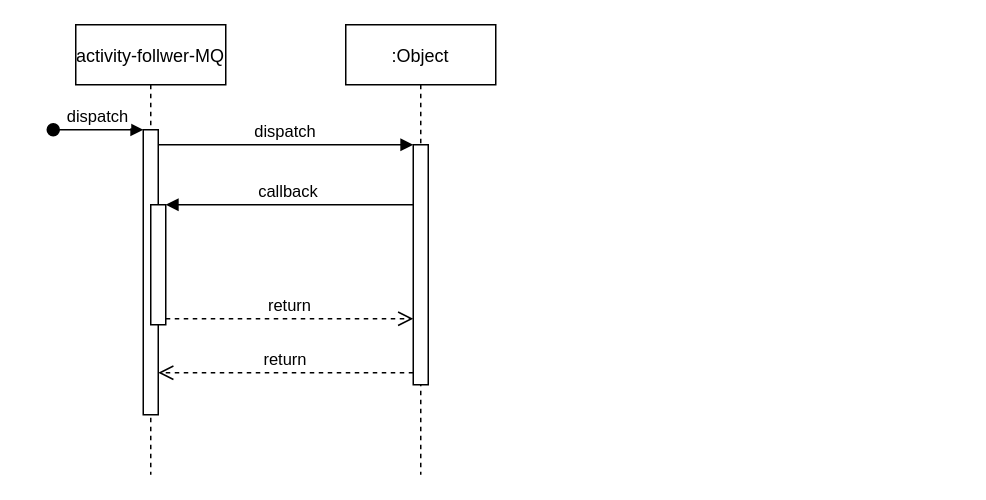
Luffybaga/draw keeps this draw.io diagram as Listener.drawio. Above is the earlier version. Source tidied: cells renumbered, new cells numbered last; positions are measured from the earlier drawing's top-left corner, leaving out a move shared by most shapes. Both pictures are drawn from the tidied source at 150%, with x=0, y=0 at pixel (52, 24).
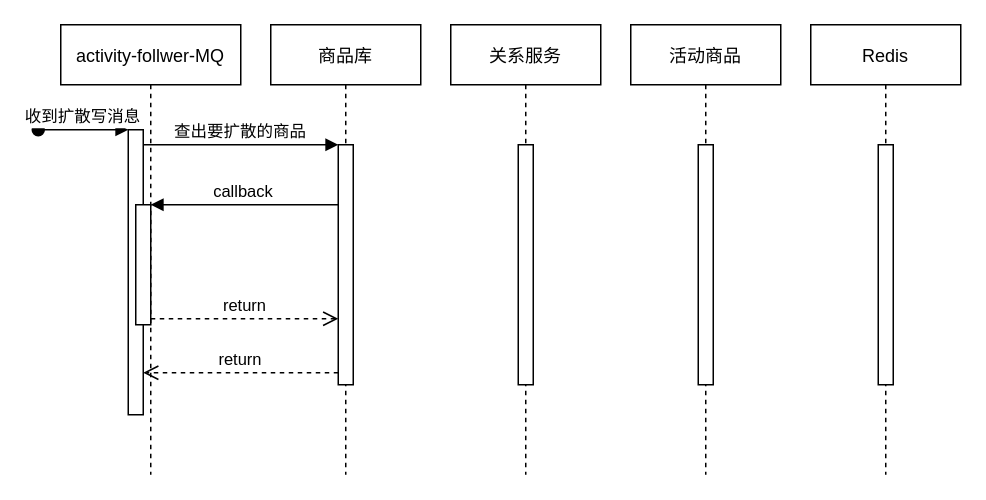
The same page after the edit.

The edit, as a diff of the source:
```diff
@@
 <mxGraphModel>
   <root>
     <mxCell id="0" />
     <mxCell id="1" parent="0" />
     <mxCell id="2" value="activity-follwer-MQ" style="shape=umlLifeline;perimeter=lifelinePerimeter;rounded=0;shadow=0;strokeWidth=1;" parent="1" vertex="1">
-      <mxGeometry x="15" width="100" height="300" as="geometry" />
+      <mxGeometry x="5" width="120" height="300" as="geometry" />
     </mxCell>
     <mxCell id="3" style="points=[];perimeter=orthogonalPerimeter;rounded=0;shadow=0;strokeWidth=1;" parent="2" vertex="1">
       <mxGeometry x="45" y="70" width="10" height="190" as="geometry" />
     </mxCell>
-    <mxCell id="4" value="dispatch" style="verticalAlign=bottom;startArrow=oval;endArrow=block;startSize=8;shadow=0;strokeWidth=1;" parent="2" edge="1" target="3">
+    <mxCell id="4" value="收到扩散写消息" style="verticalAlign=bottom;startArrow=oval;endArrow=block;startSize=8;shadow=0;strokeWidth=1;" parent="2" edge="1" target="3">
       <mxGeometry relative="1" as="geometry">
         <mxPoint x="-15" y="70" as="sourcePoint" />
       </mxGeometry>
     </mxCell>
     <mxCell id="5" style="points=[];perimeter=orthogonalPerimeter;rounded=0;shadow=0;strokeWidth=1;" parent="2" vertex="1">
       <mxGeometry x="50" y="120" width="10" height="80" as="geometry" />
     </mxCell>
-    <mxCell id="6" value=":Object" style="shape=umlLifeline;perimeter=lifelinePerimeter;rounded=0;shadow=0;strokeWidth=1;" parent="1" vertex="1">
-      <mxGeometry x="195" width="100" height="300" as="geometry" />
+    <mxCell id="6" value="商品库" style="shape=umlLifeline;perimeter=lifelinePerimeter;rounded=0;shadow=0;strokeWidth=1;" parent="1" vertex="1">
+      <mxGeometry x="145" width="100" height="300" as="geometry" />
     </mxCell>
     <mxCell id="7" style="points=[];perimeter=orthogonalPerimeter;rounded=0;shadow=0;strokeWidth=1;" parent="6" vertex="1">
       <mxGeometry x="45" y="80" width="10" height="160" as="geometry" />
     </mxCell>
     <mxCell id="8" value="return" style="verticalAlign=bottom;endArrow=open;dashed=1;endSize=8;exitX=0;exitY=0.95;shadow=0;strokeWidth=1;" parent="1" edge="1" source="7" target="3">
       <mxGeometry relative="1" as="geometry" />
     </mxCell>
-    <mxCell id="9" value="dispatch" style="verticalAlign=bottom;endArrow=block;entryX=0;entryY=0;shadow=0;strokeWidth=1;" parent="1" edge="1" source="3" target="7">
+    <mxCell id="9" value="查出要扩散的商品" style="verticalAlign=bottom;endArrow=block;entryX=0;entryY=0;shadow=0;strokeWidth=1;" parent="1" edge="1" source="3" target="7">
       <mxGeometry relative="1" as="geometry" />
     </mxCell>
     <mxCell id="10" value="callback" style="verticalAlign=bottom;endArrow=block;entryX=1;entryY=0;shadow=0;strokeWidth=1;" parent="1" edge="1" source="7" target="5">
       <mxGeometry relative="1" as="geometry" />
     </mxCell>
     <mxCell id="11" value="return" style="verticalAlign=bottom;endArrow=open;dashed=1;endSize=8;exitX=1;exitY=0.95;shadow=0;strokeWidth=1;" parent="1" edge="1" source="5" target="7">
       <mxGeometry relative="1" as="geometry" />
     </mxCell>
+    <mxCell id="12" value="关系服务" style="shape=umlLifeline;perimeter=lifelinePerimeter;rounded=0;shadow=0;strokeWidth=1;" parent="1" vertex="1">
+      <mxGeometry x="265" width="100" height="300" as="geometry" />
+    </mxCell>
+    <mxCell id="13" style="perimeter=orthogonalPerimeter;rounded=0;shadow=0;strokeWidth=1;" parent="12" vertex="1">
+      <mxGeometry x="45" y="80" width="10" height="160" as="geometry" />
+    </mxCell>
+    <mxCell id="14" value="活动商品" style="shape=umlLifeline;perimeter=lifelinePerimeter;rounded=0;shadow=0;strokeWidth=1;" parent="1" vertex="1">
+      <mxGeometry x="385" width="100" height="300" as="geometry" />
+    </mxCell>
+    <mxCell id="15" style="perimeter=orthogonalPerimeter;rounded=0;shadow=0;strokeWidth=1;" parent="14" vertex="1">
+      <mxGeometry x="45" y="80" width="10" height="160" as="geometry" />
+    </mxCell>
+    <mxCell id="16" value="Redis" style="shape=umlLifeline;perimeter=lifelinePerimeter;rounded=0;shadow=0;strokeWidth=1;" parent="1" vertex="1">
+      <mxGeometry x="505" width="100" height="300" as="geometry" />
+    </mxCell>
+    <mxCell id="17" style="perimeter=orthogonalPerimeter;rounded=0;shadow=0;strokeWidth=1;" parent="16" vertex="1">
+      <mxGeometry x="45" y="80" width="10" height="160" as="geometry" />
+    </mxCell>
   </root>
 </mxGraphModel>
```
